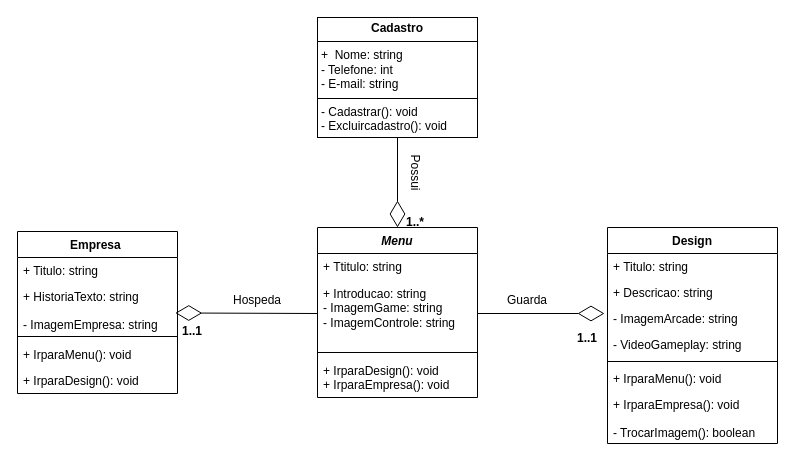
Before: Diagrama sem nome.drawio in KauanJesusJD/ArkTimeApp, a draw.io diagram. Source tidied: cells renumbered, new cells numbered last; positions are measured from the earlier drawing's top-left corner, leaving out a move shared by most shapes. Both pictures are drawn from the tidied source at 100%, with x=0, y=0 at pixel (17, 17).
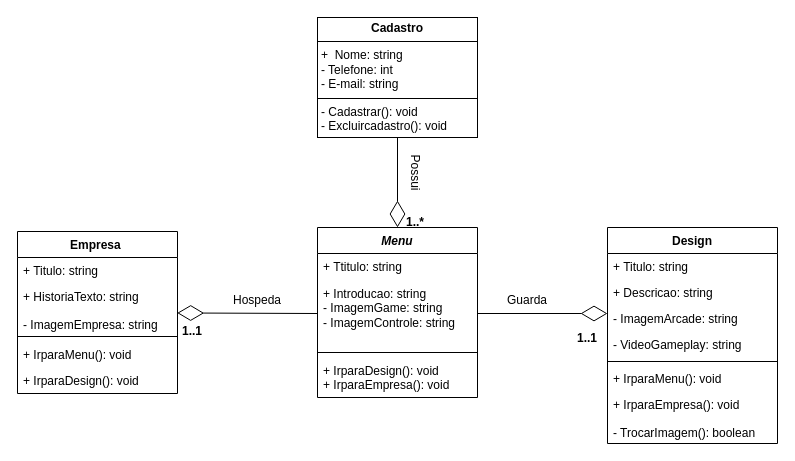
The same page after the edit.

Unchanged cells that the change refers to:
```xml
<mxCell id="4" value="+ Introducao: string&lt;br&gt;- ImagemGame: string&lt;br&gt;- ImagemControle: string&lt;br&gt;" style="text;align=left;verticalAlign=top;spacingLeft=4;spacingRight=4;overflow=hidden;points=[[0,0.5],[1,0.5]];portConstraint=eastwest;rounded=0;shadow=0;html=1;spacingTop=1;whiteSpace=wrap;" parent="2" vertex="1">
  <mxGeometry y="52" width="160" height="68" as="geometry" />
</mxCell>
<mxCell id="9" value="+ HistoriaTexto: string&#10;&#10;- ImagemEmpresa: string" style="text;align=left;verticalAlign=top;spacingLeft=4;spacingRight=4;overflow=hidden;points=[[0,0.5],[1,0.5]];portConstraint=eastwest;rounded=0;shadow=0;html=0;" parent="7" vertex="1">
  <mxGeometry y="52" width="160" height="48" as="geometry" />
</mxCell>
<mxCell id="16" value="- ImagemArcade: string" style="text;align=left;verticalAlign=top;spacingLeft=4;spacingRight=4;overflow=hidden;points=[[0,0.5],[1,0.5]];portConstraint=eastwest;rounded=0;shadow=0;html=0;" parent="13" vertex="1">
  <mxGeometry y="78" width="170" height="26" as="geometry" />
</mxCell>
```

Change to the diagram source:
```diff
@@
-    <mxCell id="25" style="endArrow=diamondThin;endFill=0;endSize=24;html=1;rounded=0;exitX=1;exitY=0.5;exitDx=0;exitDy=0;" parent="1" edge="1" source="4">
-      <mxGeometry relative="1" as="geometry">
-        <mxPoint x="587" y="296" as="targetPoint" />
-      </mxGeometry>
+    <mxCell id="25" style="endArrow=diamondThin;endFill=0;endSize=24;html=1;rounded=0;exitX=1;exitY=0.5;exitDx=0;exitDy=0;entryX=0;entryY=0.308;entryDx=0;entryDy=0;entryPerimeter=0;" parent="1" edge="1" source="4" target="16">
+      <mxGeometry relative="1" as="geometry" />
     </mxCell>
@@
-    <mxCell id="28" style="endArrow=diamondThin;endFill=0;endSize=24;html=1;rounded=0;entryX=0.986;entryY=0.614;entryDx=0;entryDy=0;entryPerimeter=0;exitX=0;exitY=0.5;exitDx=0;exitDy=0;" parent="1" edge="1" source="4" target="9">
+    <mxCell id="28" style="endArrow=diamondThin;endFill=0;endSize=24;html=1;rounded=0;exitX=0;exitY=0.5;exitDx=0;exitDy=0;entryX=0.998;entryY=0.614;entryDx=0;entryDy=0;entryPerimeter=0;" parent="1" edge="1" source="4" target="9">
       <mxGeometry relative="1" as="geometry" />
     </mxCell>
```
